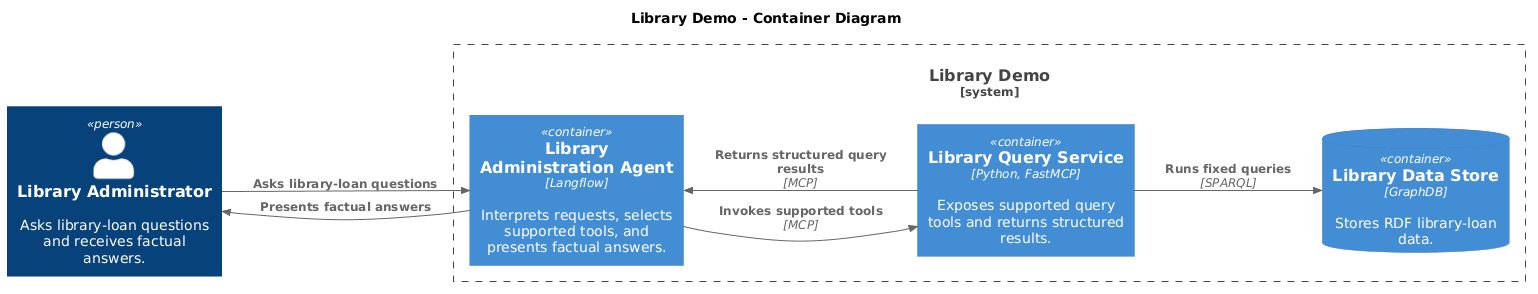
The PlantUML diagram docs/architecture/container-diagram.png in gkostkowski/mcp-rdf-agent-demo, before a commit.
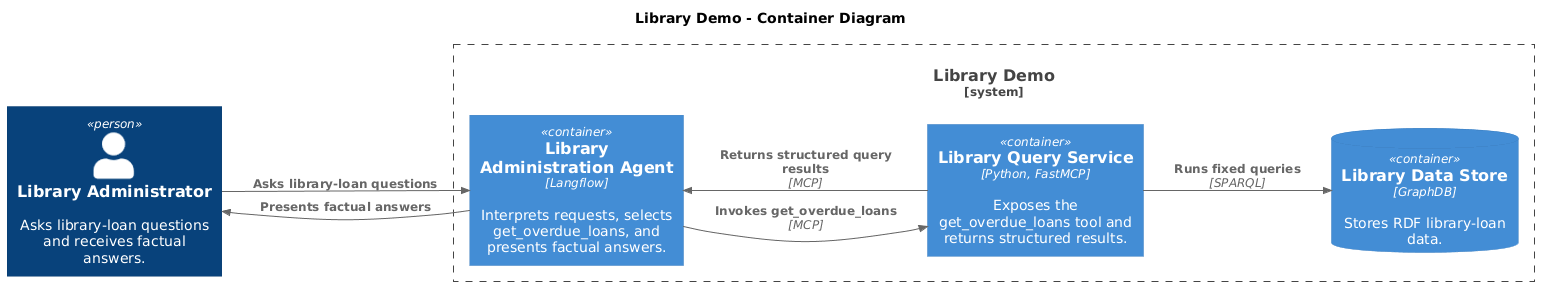
After the commit.

Diff of the diagram source:
```diff
@@ -7,13 +7,13 @@
 Person(library_administrator, "Library Administrator", "Asks library-loan questions and receives factual answers.")
 
 System_Boundary(library_demo_boundary, "Library Demo") {
-    Container(langflow_agent, "Library Administration Agent", "Langflow", "Interprets requests, selects supported tools, and presents factual answers.")
-    Container(mcp_query_service, "Library Query Service", "Python, FastMCP", "Exposes supported query tools and returns structured results.")
+    Container(langflow_agent, "Library Administration Agent", "Langflow", "Interprets requests, selects get_overdue_loans, and presents factual answers.")
+    Container(mcp_query_service, "Library Query Service", "Python, FastMCP", "Exposes the get_overdue_loans tool and returns structured results.")
     ContainerDb(graphdb, "Library Data Store", "GraphDB", "Stores RDF library-loan data.")
 }
 
 Rel(library_administrator, langflow_agent, "Asks library-loan questions")
-Rel(langflow_agent, mcp_query_service, "Invokes supported tools", "MCP")
+Rel(langflow_agent, mcp_query_service, "Invokes get_overdue_loans", "MCP")
 Rel(mcp_query_service, graphdb, "Runs fixed queries", "SPARQL")
 Rel(mcp_query_service, langflow_agent, "Returns structured query results", "MCP")
 Rel(langflow_agent, library_administrator, "Presents factual answers")
```
